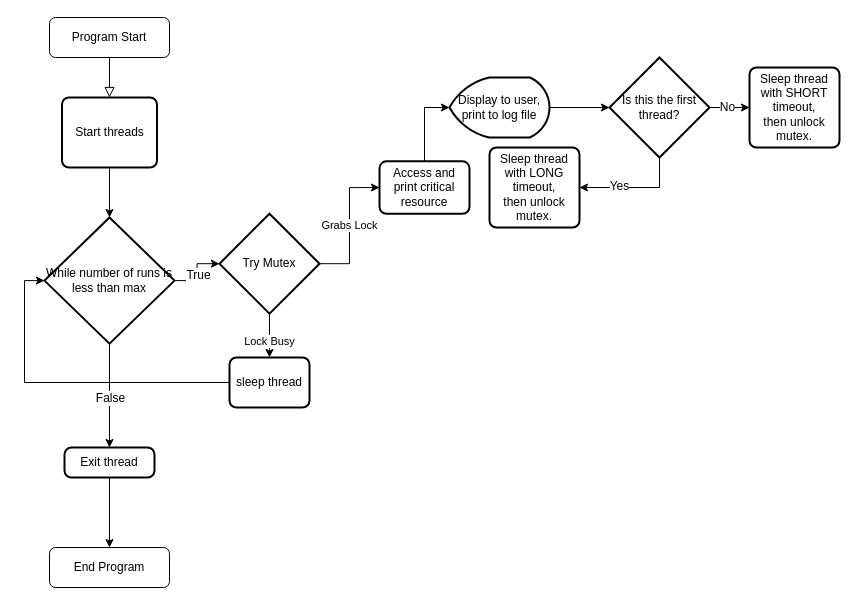
Earlier version of the draw.io diagram Wk3/DeadlockAvoidance/DeadlockAvoidance.drawio (DanielCender/CST-221). Source tidied: cells renumbered, new cells numbered last; positions are measured from the earlier drawing's top-left corner, leaving out a move shared by most shapes. Both pictures are drawn from the tidied source at 100%, with x=0, y=0 at pixel (44, 17).
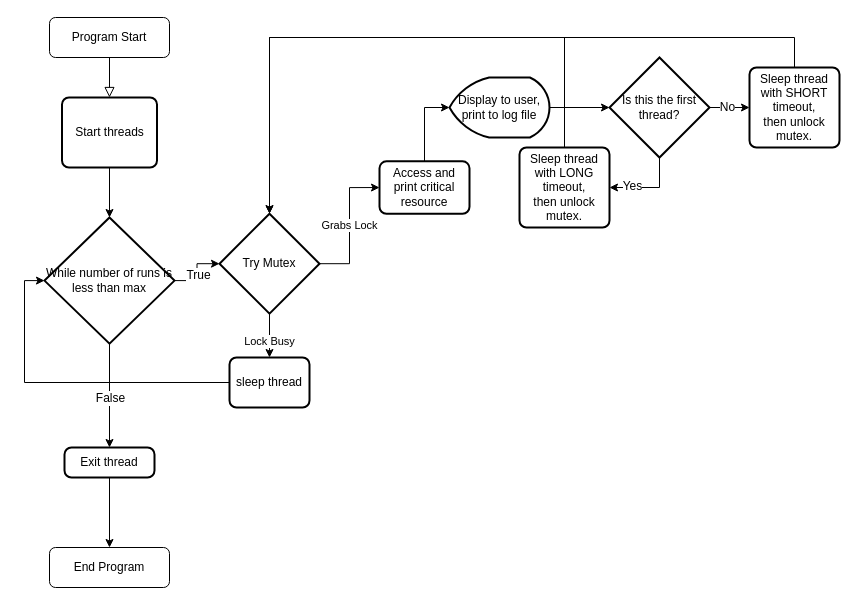
The same page after the edit.

The change refers to these unchanged cells:
```xml
<mxCell id="9" value="Try Mutex" style="strokeWidth=2;html=1;shape=mxgraph.flowchart.decision;whiteSpace=wrap;" parent="1" vertex="1">
  <mxGeometry x="175" y="196.2" width="100" height="100" as="geometry" />
</mxCell>
<mxCell id="22" value="&lt;span style=&quot;white-space: normal&quot;&gt;Sleep thread with SHORT timeout,&lt;/span&gt;&lt;br style=&quot;white-space: normal&quot;&gt;&lt;span style=&quot;white-space: normal&quot;&gt;then unlock mutex.&lt;/span&gt;" style="rounded=1;whiteSpace=wrap;html=1;absoluteArcSize=1;arcSize=14;strokeWidth=2;" parent="1" vertex="1">
  <mxGeometry x="705" y="50" width="90" height="80" as="geometry" />
</mxCell>
```

The edit, as a diff of the source:
```diff
@@
+    <mxCell id="30" style="edgeStyle=orthogonalEdgeStyle;rounded=0;jettySize=auto;html=1;entryX=0.5;entryY=0;entryDx=0;entryDy=0;entryPerimeter=0;" parent="1" edge="1" source="21" target="9">
+      <mxGeometry relative="1" as="geometry">
+        <Array as="points">
+          <mxPoint x="520" y="20" />
+          <mxPoint x="225" y="20" />
+        </Array>
+      </mxGeometry>
+    </mxCell>
     <mxCell id="21" value="&lt;span style=&quot;white-space: normal&quot;&gt;Sleep thread with LONG timeout,&lt;/span&gt;&lt;br style=&quot;white-space: normal&quot;&gt;&lt;span style=&quot;white-space: normal&quot;&gt;then unlock mutex.&lt;/span&gt;" style="rounded=1;whiteSpace=wrap;html=1;absoluteArcSize=1;arcSize=14;strokeWidth=2;" parent="1" vertex="1">
-      <mxGeometry x="445" y="130" width="90" height="80" as="geometry" />
+      <mxGeometry x="475" y="130" width="90" height="80" as="geometry" />
     </mxCell>
+    <mxCell id="31" style="edgeStyle=orthogonalEdgeStyle;rounded=0;jettySize=auto;html=1;entryX=0.5;entryY=0;entryDx=0;entryDy=0;entryPerimeter=0;exitX=0.5;exitY=0;exitDx=0;exitDy=0;" parent="1" edge="1" source="22" target="9">
+      <mxGeometry relative="1" as="geometry">
+        <Array as="points">
+          <mxPoint x="750" y="20" />
+          <mxPoint x="225" y="20" />
+        </Array>
+      </mxGeometry>
+    </mxCell>
```
